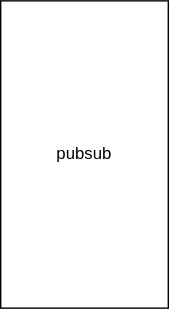
Earlier version of the draw.io export diagram.drawio.svg (eLamine-dev/Todo-List). Source tidied: cells renumbered, new cells last; positions are measured from the earlier drawing's top-left corner, leaving out a move shared by most shapes. Its diagram source:
```xml
<mxGraphModel>
  <root>
    <mxCell id="0" />
    <mxCell id="1" parent="0" />
    <mxCell id="2" value="pubsub" style="rounded=0;whiteSpace=wrap;html=1;" parent="1" vertex="1">
      <mxGeometry width="120" height="220" as="geometry" />
    </mxCell>
  </root>
</mxGraphModel>
```
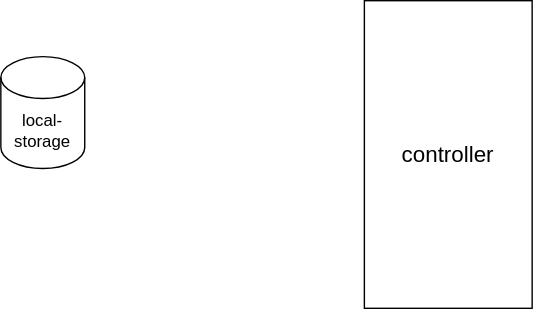
After the change.

Change to the diagram source:
```diff
@@ -2,8 +2,11 @@
   <root>
     <mxCell id="0" />
     <mxCell id="1" parent="0" />
-    <mxCell id="2" value="pubsub" style="rounded=0;whiteSpace=wrap;html=1;" parent="1" vertex="1">
+    <mxCell id="2" value="&lt;font style=&quot;font-size: 16px;&quot;&gt;controller&lt;/font&gt;" style="rounded=0;whiteSpace=wrap;html=1;" parent="1" vertex="1">
       <mxGeometry width="120" height="220" as="geometry" />
     </mxCell>
+    <mxCell id="3" value="local-storage" style="shape=cylinder3;whiteSpace=wrap;html=1;boundedLbl=1;backgroundOutline=1;size=15;" parent="1" vertex="1">
+      <mxGeometry x="-260" y="40" width="60" height="80" as="geometry" />
+    </mxCell>
   </root>
 </mxGraphModel>
```
